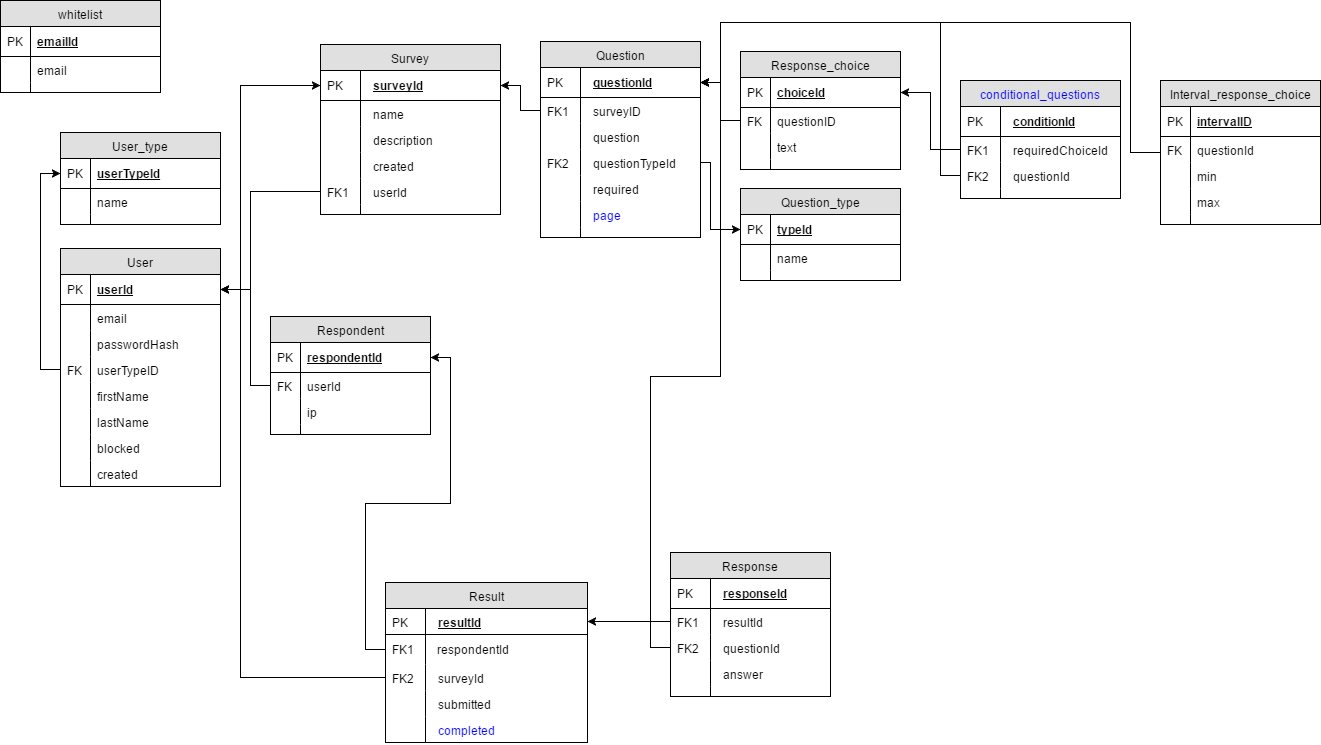
Before: UML/Apklausų DB.png, a diagram exported from draw.io (Javainis2017/SurveyApplication). Source tidied: cells renumbered, new cells last; positions are measured from the earlier drawing's top-left corner, leaving out a move shared by most shapes.
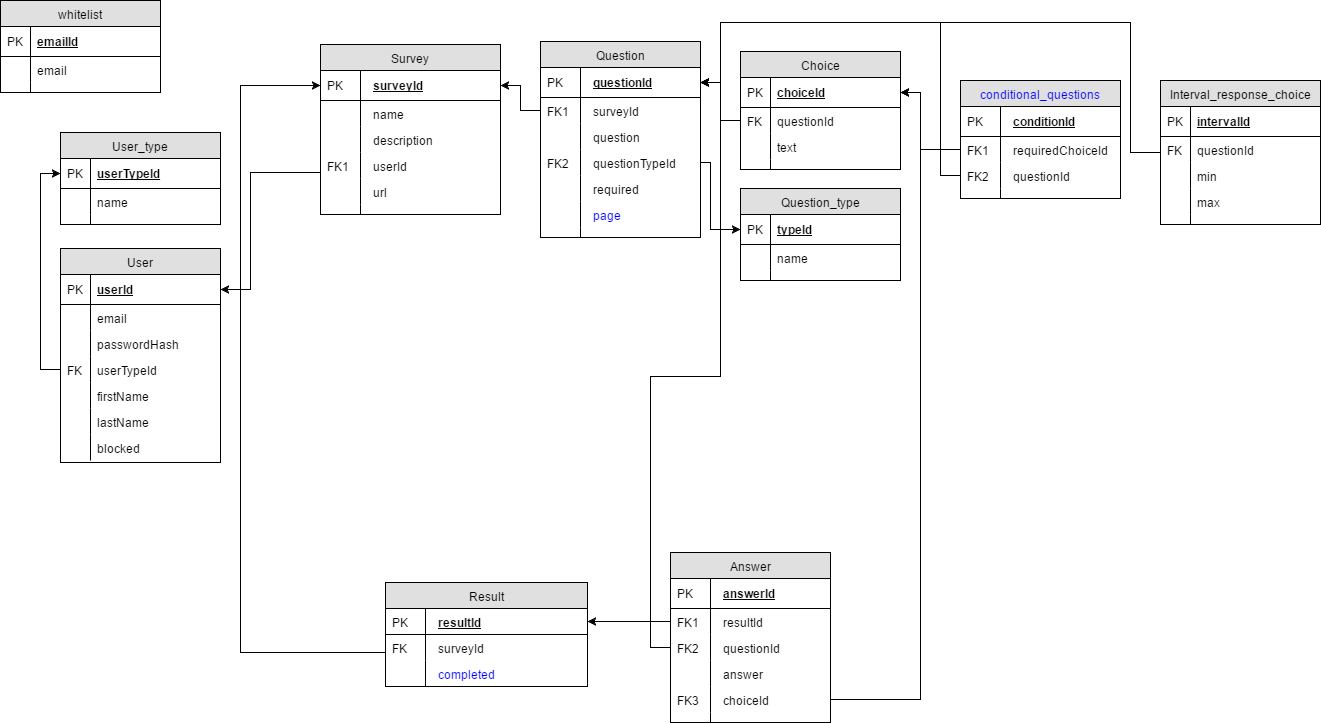
The same diagram one commit later.

Diff of the diagram source:
```diff
@@ -5,3 +5,3 @@
     <mxCell id="2" value="User" style="swimlane;html=1;fontStyle=0;horizontal=1;startSize=26;fillColor=#e0e0e0;swimlaneFillColor=#ffffff;align=center;" parent="1" vertex="1">
-      <mxGeometry x="60" y="248" width="160" height="238" as="geometry" />
+      <mxGeometry x="60" y="248" width="160" height="214" as="geometry" />
     </mxCell>
@@ -25,3 +25,3 @@
     </mxCell>
-    <mxCell id="9" value="userTypeID" style="shape=partialRectangle;top=0;left=0;right=0;bottom=0;html=1;align=left;verticalAlign=top;fillColor=none;spacingLeft=34;spacingRight=4;whiteSpace=wrap;overflow=hidden;points=[[0,0.5],[1,0.5]];portConstraint=eastwest;" parent="2" vertex="1">
+    <mxCell id="9" value="userTypeId" style="shape=partialRectangle;top=0;left=0;right=0;bottom=0;html=1;align=left;verticalAlign=top;fillColor=none;spacingLeft=34;spacingRight=4;whiteSpace=wrap;overflow=hidden;points=[[0,0.5],[1,0.5]];portConstraint=eastwest;" parent="2" vertex="1">
       <mxGeometry y="108" width="160" height="26" as="geometry" />
@@ -49,8 +49,2 @@
     </mxCell>
-    <mxCell id="17" value="created" style="shape=partialRectangle;top=0;left=0;right=0;bottom=0;html=1;align=left;verticalAlign=top;fillColor=none;spacingLeft=34;spacingRight=4;whiteSpace=wrap;overflow=hidden;" parent="2" vertex="1">
-      <mxGeometry y="212" width="160" height="26" as="geometry" />
-    </mxCell>
-    <mxCell id="18" style="shape=partialRectangle;top=0;left=0;bottom=0;html=1;fillColor=none;align=left;verticalAlign=top;spacingLeft=4;spacingRight=4;whiteSpace=wrap;overflow=hidden;" parent="17" vertex="1">
-      <mxGeometry width="30" height="26" as="geometry" />
-    </mxCell>
     <mxCell id="19" value="Survey" style="swimlane;html=1;fontStyle=0;horizontal=1;startSize=26;fillColor=#e0e0e0;swimlaneFillColor=#ffffff;align=center;" parent="1" vertex="1">
@@ -76,10 +70,4 @@
     </mxCell>
-    <mxCell id="26" value="created" style="shape=partialRectangle;top=0;left=0;right=0;bottom=0;html=1;align=left;verticalAlign=top;fillColor=none;spacingLeft=50;spacingRight=4;whiteSpace=wrap;overflow=hidden;" parent="19" vertex="1">
-      <mxGeometry y="108" width="180" height="26" as="geometry" />
-    </mxCell>
-    <mxCell id="27" style="shape=partialRectangle;top=0;left=0;bottom=0;html=1;fillColor=none;align=left;verticalAlign=top;spacingLeft=4;spacingRight=4;whiteSpace=wrap;overflow=hidden;" parent="26" vertex="1">
-      <mxGeometry width="40" height="26" as="geometry" />
-    </mxCell>
     <mxCell id="28" value="userId" style="shape=partialRectangle;top=0;left=0;right=0;bottom=0;html=1;align=left;verticalAlign=top;fillColor=none;spacingLeft=50;spacingRight=4;whiteSpace=wrap;overflow=hidden;points=[[0,0.5],[1,0.5]];portConstraint=eastwest;labelBackgroundColor=none;strokeColor=#000000;fontColor=#000000;" parent="19" vertex="1">
-      <mxGeometry y="134" width="180" height="26" as="geometry" />
+      <mxGeometry y="108" width="180" height="26" as="geometry" />
     </mxCell>
@@ -88,2 +76,8 @@
     </mxCell>
+    <mxCell id="141" value="url" style="shape=partialRectangle;top=0;left=0;right=0;bottom=0;html=1;align=left;verticalAlign=top;fillColor=none;spacingLeft=50;spacingRight=4;whiteSpace=wrap;overflow=hidden;labelBackgroundColor=none;strokeColor=#000000;fontColor=#000000;" parent="19" vertex="1">
+      <mxGeometry y="134" width="180" height="26" as="geometry" />
+    </mxCell>
+    <mxCell id="142" style="shape=partialRectangle;top=0;left=0;bottom=0;html=1;fillColor=none;align=left;verticalAlign=top;spacingLeft=4;spacingRight=4;whiteSpace=wrap;overflow=hidden;" parent="141" vertex="1">
+      <mxGeometry width="40" height="26" as="geometry" />
+    </mxCell>
     <mxCell id="30" style="shape=partialRectangle;top=0;left=0;right=0;bottom=0;html=1;align=left;verticalAlign=top;fillColor=none;spacingLeft=50;spacingRight=4;whiteSpace=wrap;overflow=hidden;" parent="19" vertex="1">
@@ -124,3 +118,3 @@
     </mxCell>
-    <mxCell id="42" value="surveyID" style="shape=partialRectangle;top=0;left=0;right=0;bottom=0;html=1;align=left;verticalAlign=top;fillColor=none;spacingLeft=50;spacingRight=4;whiteSpace=wrap;overflow=hidden;points=[[0,0.5],[1,0.5]];portConstraint=eastwest;" parent="39" vertex="1">
+    <mxCell id="42" value="surveyId" style="shape=partialRectangle;top=0;left=0;right=0;bottom=0;html=1;align=left;verticalAlign=top;fillColor=none;spacingLeft=50;spacingRight=4;whiteSpace=wrap;overflow=hidden;points=[[0,0.5],[1,0.5]];portConstraint=eastwest;" parent="39" vertex="1">
       <mxGeometry y="56" width="160" height="26" as="geometry" />
@@ -160,3 +154,3 @@
     </mxCell>
-    <mxCell id="54" value="Response_choice" style="swimlane;html=1;fontStyle=0;horizontal=1;startSize=26;fillColor=#e0e0e0;swimlaneFillColor=#ffffff;align=center;" parent="1" vertex="1">
+    <mxCell id="54" value="Choice" style="swimlane;html=1;fontStyle=0;horizontal=1;startSize=26;fillColor=#e0e0e0;swimlaneFillColor=#ffffff;align=center;" parent="1" vertex="1">
       <mxGeometry x="740" y="51" width="160" height="118" as="geometry" />
@@ -169,3 +163,3 @@
     </mxCell>
-    <mxCell id="57" value="questionID" style="shape=partialRectangle;top=0;left=0;right=0;bottom=0;html=1;align=left;verticalAlign=top;fillColor=none;spacingLeft=34;spacingRight=4;whiteSpace=wrap;overflow=hidden;points=[[0,0.5],[1,0.5]];portConstraint=eastwest;" parent="54" vertex="1">
+    <mxCell id="57" value="questionId" style="shape=partialRectangle;top=0;left=0;right=0;bottom=0;html=1;align=left;verticalAlign=top;fillColor=none;spacingLeft=34;spacingRight=4;whiteSpace=wrap;overflow=hidden;points=[[0,0.5],[1,0.5]];portConstraint=eastwest;" parent="54" vertex="1">
       <mxGeometry y="56" width="160" height="26" as="geometry" />
@@ -187,6 +181,6 @@
     </mxCell>
-    <mxCell id="63" value="Response" style="swimlane;html=1;fontStyle=0;horizontal=1;startSize=26;fillColor=#e0e0e0;swimlaneFillColor=#ffffff;align=center;" parent="1" vertex="1">
-      <mxGeometry x="670" y="552" width="160" height="144" as="geometry" />
+    <mxCell id="63" value="Answer" style="swimlane;html=1;fontStyle=0;horizontal=1;startSize=26;fillColor=#e0e0e0;swimlaneFillColor=#ffffff;align=center;" parent="1" vertex="1">
+      <mxGeometry x="670" y="552" width="160" height="170" as="geometry" />
     </mxCell>
-    <mxCell id="64" value="responseId" style="shape=partialRectangle;top=0;left=0;right=0;bottom=1;html=1;align=left;verticalAlign=middle;fillColor=none;spacingLeft=50;spacingRight=4;whiteSpace=wrap;overflow=hidden;fontStyle=5;" parent="63" vertex="1">
+    <mxCell id="64" value="answerId" style="shape=partialRectangle;top=0;left=0;right=0;bottom=1;html=1;align=left;verticalAlign=middle;fillColor=none;spacingLeft=50;spacingRight=4;whiteSpace=wrap;overflow=hidden;fontStyle=5;" parent="63" vertex="1">
       <mxGeometry y="26" width="160" height="30" as="geometry" />
@@ -214,4 +208,10 @@
     </mxCell>
+    <mxCell id="143" value="choiceId" style="shape=partialRectangle;top=0;left=0;right=0;bottom=0;html=1;align=left;verticalAlign=top;fillColor=none;spacingLeft=50;spacingRight=4;whiteSpace=wrap;overflow=hidden;points=[[0,0.5],[1,0.5]];portConstraint=eastwest;labelBackgroundColor=none;strokeColor=#000000;fontColor=#000000;" parent="63" vertex="1">
+      <mxGeometry y="134" width="160" height="26" as="geometry" />
+    </mxCell>
+    <mxCell id="144" value="FK3" style="shape=partialRectangle;top=0;left=0;bottom=0;html=1;fillColor=none;align=left;verticalAlign=top;spacingLeft=4;spacingRight=4;whiteSpace=wrap;overflow=hidden;" parent="143" vertex="1">
+      <mxGeometry width="40" height="26" as="geometry" />
+    </mxCell>
     <mxCell id="72" style="shape=partialRectangle;top=0;left=0;right=0;bottom=0;html=1;align=left;verticalAlign=top;fillColor=none;spacingLeft=50;spacingRight=4;whiteSpace=wrap;overflow=hidden;" parent="63" vertex="1">
-      <mxGeometry y="134" width="160" height="10" as="geometry" />
+      <mxGeometry y="160" width="160" height="10" as="geometry" />
     </mxCell>
@@ -221,3 +221,3 @@
     <mxCell id="74" value="Result" style="swimlane;html=1;fontStyle=0;horizontal=1;startSize=26;fillColor=#e0e0e0;swimlaneFillColor=#ffffff;align=center;" parent="1" vertex="1">
-      <mxGeometry x="385" y="582" width="202" height="160" as="geometry" />
+      <mxGeometry x="385" y="582" width="202" height="104" as="geometry" />
     </mxCell>
@@ -229,22 +229,10 @@
     </mxCell>
-    <mxCell id="77" value="&lt;span style=&quot;font-weight: normal&quot;&gt;respondentId&lt;/span&gt;" style="shape=partialRectangle;top=0;left=0;right=0;bottom=1;html=1;align=left;verticalAlign=middle;fillColor=none;spacingLeft=50;spacingRight=4;whiteSpace=wrap;overflow=hidden;points=[[0,0.5],[1,0.5]];portConstraint=eastwest;fontStyle=1;strokeColor=none;" parent="74" vertex="1">
-      <mxGeometry y="52" width="202" height="30" as="geometry" />
-    </mxCell>
-    <mxCell id="78" value="&lt;span style=&quot;font-weight: normal&quot;&gt;FK1&lt;/span&gt;" style="shape=partialRectangle;fontStyle=1;top=0;left=0;bottom=0;html=1;fillColor=none;align=left;verticalAlign=middle;spacingLeft=4;spacingRight=4;whiteSpace=wrap;overflow=hidden;" parent="77" vertex="1">
-      <mxGeometry width="40" height="30" as="geometry" />
-    </mxCell>
     <mxCell id="79" value="surveyId" style="shape=partialRectangle;top=0;left=0;right=0;bottom=0;html=1;align=left;verticalAlign=top;fillColor=none;spacingLeft=50;spacingRight=4;whiteSpace=wrap;overflow=hidden;points=[[0,0.5],[1,0.5]];portConstraint=eastwest;" parent="74" vertex="1">
-      <mxGeometry y="82" width="202" height="26" as="geometry" />
+      <mxGeometry y="52" width="202" height="26" as="geometry" />
     </mxCell>
-    <mxCell id="80" value="FK2" style="shape=partialRectangle;top=0;left=0;bottom=0;html=1;fillColor=none;align=left;verticalAlign=top;spacingLeft=4;spacingRight=4;whiteSpace=wrap;overflow=hidden;" parent="79" vertex="1">
+    <mxCell id="80" value="FK" style="shape=partialRectangle;top=0;left=0;bottom=0;html=1;fillColor=none;align=left;verticalAlign=top;spacingLeft=4;spacingRight=4;whiteSpace=wrap;overflow=hidden;" parent="79" vertex="1">
       <mxGeometry width="40" height="26" as="geometry" />
     </mxCell>
-    <mxCell id="81" value="submitted" style="shape=partialRectangle;top=0;left=0;right=0;bottom=0;html=1;align=left;verticalAlign=top;fillColor=none;spacingLeft=50;spacingRight=4;whiteSpace=wrap;overflow=hidden;strokeColor=#000000;" parent="74" vertex="1">
-      <mxGeometry y="108" width="202" height="26" as="geometry" />
-    </mxCell>
-    <mxCell id="82" style="shape=partialRectangle;top=0;left=0;bottom=0;html=1;fillColor=none;align=left;verticalAlign=top;spacingLeft=4;spacingRight=4;whiteSpace=wrap;overflow=hidden;" parent="81" vertex="1">
-      <mxGeometry width="40" height="26" as="geometry" />
-    </mxCell>
     <mxCell id="83" value="completed" style="shape=partialRectangle;top=0;left=0;right=0;bottom=0;html=1;align=left;verticalAlign=top;fillColor=none;spacingLeft=50;spacingRight=4;whiteSpace=wrap;overflow=hidden;strokeColor=#000000;labelBackgroundColor=none;fontColor=#0000FF;" parent="74" vertex="1">
-      <mxGeometry y="134" width="202" height="26" as="geometry" />
+      <mxGeometry y="78" width="202" height="26" as="geometry" />
     </mxCell>
@@ -295,29 +283,2 @@
     </mxCell>
-    <mxCell id="99" value="Respondent" style="swimlane;html=1;fontStyle=0;horizontal=1;startSize=26;fillColor=#e0e0e0;swimlaneFillColor=#ffffff;align=center;strokeColor=#000000;" parent="1" vertex="1">
-      <mxGeometry x="270" y="316" width="160" height="118" as="geometry" />
-    </mxCell>
-    <mxCell id="100" value="respondentId" style="shape=partialRectangle;top=0;left=0;right=0;bottom=1;html=1;align=left;verticalAlign=middle;fillColor=none;spacingLeft=34;spacingRight=4;whiteSpace=wrap;overflow=hidden;points=[[0,0.5],[1,0.5]];portConstraint=eastwest;fontStyle=5;" parent="99" vertex="1">
-      <mxGeometry y="26" width="160" height="30" as="geometry" />
-    </mxCell>
-    <mxCell id="101" value="PK" style="shape=partialRectangle;top=0;left=0;bottom=0;html=1;fillColor=none;align=left;verticalAlign=middle;spacingLeft=4;spacingRight=4;whiteSpace=wrap;overflow=hidden;" parent="100" vertex="1">
-      <mxGeometry width="30" height="30" as="geometry" />
-    </mxCell>
-    <mxCell id="102" value="userId" style="shape=partialRectangle;top=0;left=0;right=0;bottom=0;html=1;align=left;verticalAlign=top;fillColor=none;spacingLeft=34;spacingRight=4;whiteSpace=wrap;overflow=hidden;points=[[0,0.5],[1,0.5]];portConstraint=eastwest;" parent="99" vertex="1">
-      <mxGeometry y="56" width="160" height="26" as="geometry" />
-    </mxCell>
-    <mxCell id="103" value="FK" style="shape=partialRectangle;top=0;left=0;bottom=0;html=1;fillColor=none;align=left;verticalAlign=top;spacingLeft=4;spacingRight=4;whiteSpace=wrap;overflow=hidden;" parent="102" vertex="1">
-      <mxGeometry width="30" height="26" as="geometry" />
-    </mxCell>
-    <mxCell id="104" value="ip" style="shape=partialRectangle;top=0;left=0;right=0;bottom=0;html=1;align=left;verticalAlign=top;fillColor=none;spacingLeft=34;spacingRight=4;whiteSpace=wrap;overflow=hidden;" parent="99" vertex="1">
-      <mxGeometry y="82" width="160" height="26" as="geometry" />
-    </mxCell>
-    <mxCell id="105" style="shape=partialRectangle;top=0;left=0;bottom=0;html=1;fillColor=none;align=left;verticalAlign=top;spacingLeft=4;spacingRight=4;whiteSpace=wrap;overflow=hidden;" parent="104" vertex="1">
-      <mxGeometry width="30" height="26" as="geometry" />
-    </mxCell>
-    <mxCell id="106" style="shape=partialRectangle;top=0;left=0;right=0;bottom=0;html=1;align=left;verticalAlign=top;fillColor=none;spacingLeft=34;spacingRight=4;whiteSpace=wrap;overflow=hidden;" parent="99" vertex="1">
-      <mxGeometry y="108" width="160" height="10" as="geometry" />
-    </mxCell>
-    <mxCell id="107" style="shape=partialRectangle;top=0;left=0;bottom=0;html=1;fillColor=none;align=left;verticalAlign=top;spacingLeft=4;spacingRight=4;whiteSpace=wrap;overflow=hidden;" parent="106" vertex="1">
-      <mxGeometry width="30" height="10" as="geometry" />
-    </mxCell>
     <mxCell id="108" value="conditional_questions" style="swimlane;html=1;fontStyle=0;horizontal=1;startSize=26;fillColor=#e0e0e0;swimlaneFillColor=#ffffff;align=center;labelBackgroundColor=none;strokeColor=#000000;fontColor=#0000FF;" parent="1" vertex="1">
@@ -361,3 +322,8 @@
     <mxCell id="119" style="edgeStyle=orthogonalEdgeStyle;rounded=0;html=1;entryX=1;entryY=0.5;jettySize=auto;fontColor=#0000FF;" parent="1" edge="1" source="111" target="55">
-      <mxGeometry relative="1" as="geometry" />
+      <mxGeometry relative="1" as="geometry">
+        <Array as="points">
+          <mxPoint x="920" y="149" />
+          <mxPoint x="920" y="92" />
+        </Array>
+      </mxGeometry>
     </mxCell>
@@ -386,13 +352,2 @@
     </mxCell>
-    <mxCell id="123" style="edgeStyle=orthogonalEdgeStyle;rounded=0;html=1;entryX=1;entryY=0.5;jettySize=auto;fontColor=#0000FF;" parent="1" edge="1" source="77" target="100">
-      <mxGeometry relative="1" as="geometry" />
-    </mxCell>
-    <mxCell id="124" style="edgeStyle=orthogonalEdgeStyle;rounded=0;html=1;entryX=1;entryY=0.5;jettySize=auto;fontColor=#0000FF;" parent="1" edge="1" source="102" target="3">
-      <mxGeometry relative="1" as="geometry">
-        <Array as="points">
-          <mxPoint x="250" y="385" />
-          <mxPoint x="250" y="289" />
-        </Array>
-      </mxGeometry>
-    </mxCell>
     <mxCell id="125" style="edgeStyle=orthogonalEdgeStyle;rounded=0;html=1;entryX=0;entryY=0.5;jettySize=auto;fontColor=#0000FF;" parent="1" edge="1" source="9" target="93">
@@ -403,3 +358,3 @@
     </mxCell>
-    <mxCell id="127" value="intervalID" style="shape=partialRectangle;top=0;left=0;right=0;bottom=1;html=1;align=left;verticalAlign=middle;fillColor=none;spacingLeft=34;spacingRight=4;whiteSpace=wrap;overflow=hidden;fontStyle=5;" parent="126" vertex="1">
+    <mxCell id="127" value="intervalId" style="shape=partialRectangle;top=0;left=0;right=0;bottom=1;html=1;align=left;verticalAlign=middle;fillColor=none;spacingLeft=34;spacingRight=4;whiteSpace=wrap;overflow=hidden;fontStyle=5;" parent="126" vertex="1">
       <mxGeometry y="26" width="160" height="30" as="geometry" />
@@ -446,3 +401,3 @@
         <Array as="points">
-          <mxPoint x="250" y="191" />
+          <mxPoint x="250" y="172" />
           <mxPoint x="250" y="289" />
@@ -454,3 +409,3 @@
         <Array as="points">
-          <mxPoint x="240" y="677" />
+          <mxPoint x="240" y="652" />
           <mxPoint x="240" y="85" />
@@ -462,2 +417,10 @@
     </mxCell>
+    <mxCell id="145" style="edgeStyle=orthogonalEdgeStyle;rounded=0;html=1;entryX=1;entryY=0.5;jettySize=auto;fontColor=#000000;" parent="1" edge="1" source="143" target="55">
+      <mxGeometry relative="1" as="geometry">
+        <Array as="points">
+          <mxPoint x="920" y="699" />
+          <mxPoint x="920" y="92" />
+        </Array>
+      </mxGeometry>
+    </mxCell>
   </root>
```
